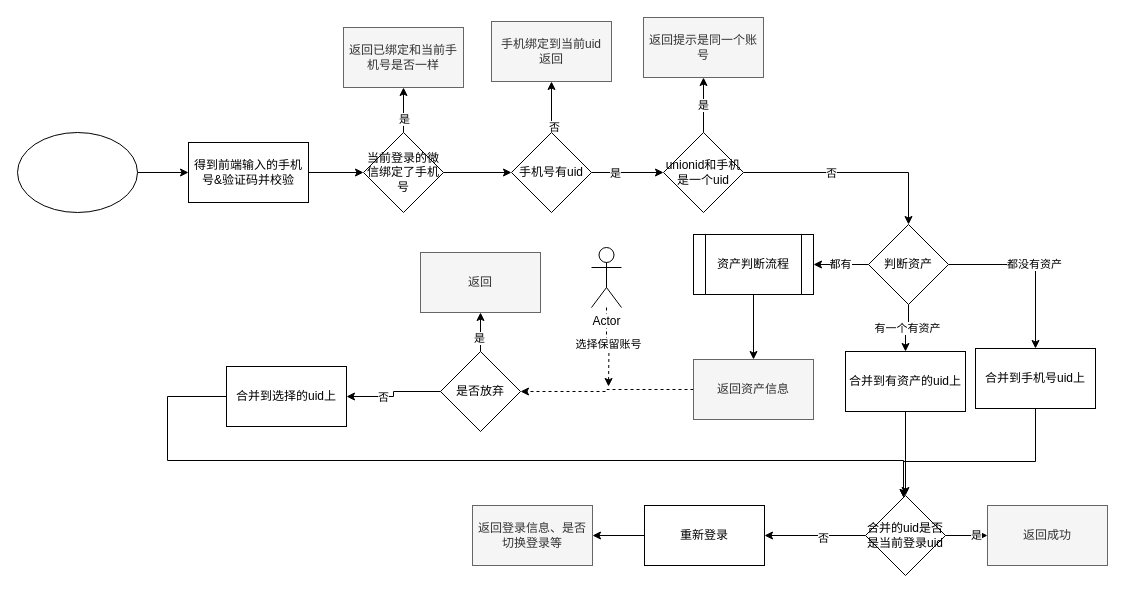
joeytang/imgs keeps this draw.io diagram as page "账号合并-微信登录态绑定手机" (7 of 11) of test.drawio. Above is the earlier version. Source tidied: cells renumbered, new cells numbered last; positions are measured from the earlier drawing's top-left corner, leaving out a move shared by most shapes. Both pictures are drawn from the tidied source at 100%, with x=0, y=0 at pixel (17, 17).
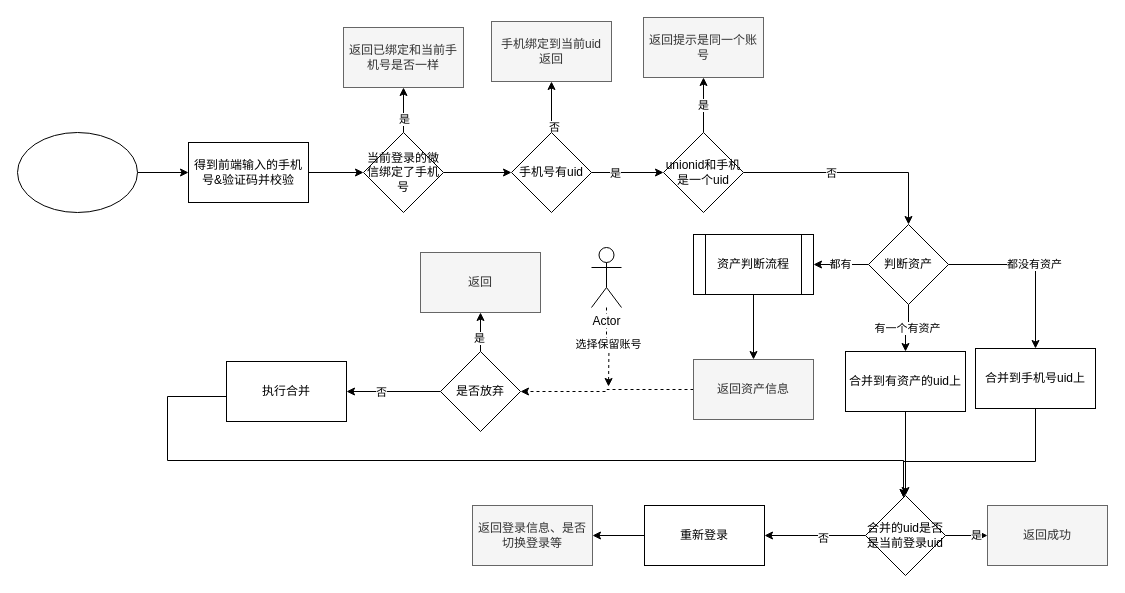
The same page after the edit.

Diff of the diagram source:
```diff
@@
-    <mxCell id="43" value="合并到选择的uid上" style="rounded=0;whiteSpace=wrap;html=1;align=center;" parent="1" vertex="1">
-      <mxGeometry x="209" y="349" width="120" height="60" as="geometry" />
+    <mxCell id="43" value="执行合并" style="rounded=0;whiteSpace=wrap;html=1;align=center;" parent="1" vertex="1">
+      <mxGeometry x="209" y="344" width="120" height="60" as="geometry" />
     </mxCell>
```
